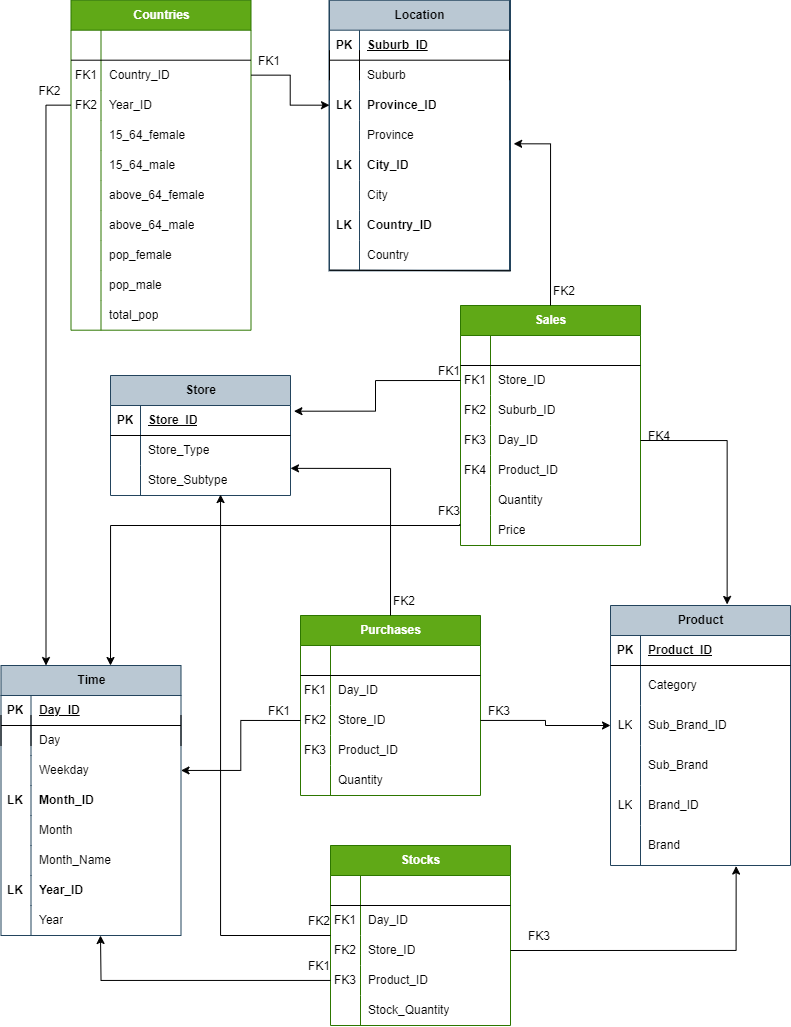
Earlier version of the draw.io export DimensionalModel.png (Wilowisp98/dw-cigarettes). Source tidied: cells renumbered, new cells last; positions are measured from the earlier drawing's top-left corner, leaving out a move shared by most shapes.
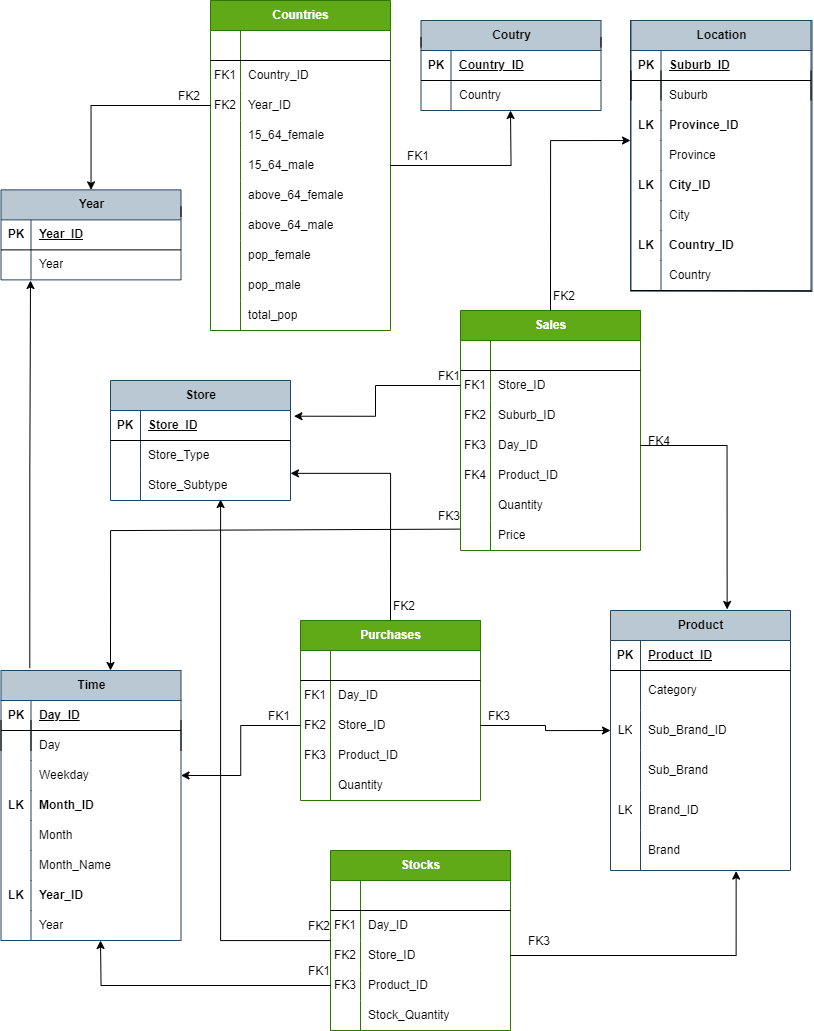
Later version of the same file.

Commit message:
Add dim_country and dim_Year do dimensional model

What changed in the source:
```diff
@@ -60,7 +60,7 @@
       <mxGeometry x="30" width="150" height="40" as="geometry" />
     </mxCell>
     <mxCell id="21" style="group;fillColor=none;strokeColor=#23445d;" parent="1" vertex="1">
-      <mxGeometry x="328.5" y="-0.3" width="181.5" height="270.6" as="geometry" />
+      <mxGeometry x="630" y="15" width="181.5" height="270.6" as="geometry" />
     </mxCell>
     <mxCell id="22" value="Location" style="shape=table;startSize=30;rowLines=0;fontStyle=1;align=center;html=1;fillColor=#bac8d3;strokeColor=#23445d;" parent="21" vertex="1">
       <mxGeometry x="0.5" width="180" height="270" as="geometry" />
@@ -164,6 +164,11 @@
     <mxCell id="51" style="group;" parent="1" vertex="1">
       <mxGeometry y="665" width="181.5" height="270.6" as="geometry" />
     </mxCell>
+    <mxCell id="235" style="edgeStyle=orthogonalEdgeStyle;rounded=0;jettySize=auto;html=1;exitX=0.16;exitY=-0.009;exitDx=0;exitDy=0;exitPerimeter=0;" parent="51" edge="1" source="52">
+      <mxGeometry relative="1" as="geometry">
+        <mxPoint x="30" y="-390" as="targetPoint" />
+      </mxGeometry>
+    </mxCell>
     <mxCell id="52" value="Time" style="shape=table;startSize=30;rowLines=0;fontStyle=1;align=center;html=1;fillColor=#bac8d3;strokeColor=#23445d;" parent="51" vertex="1">
       <mxGeometry x="0.5" width="180" height="270" as="geometry" />
     </mxCell>
@@ -449,8 +454,13 @@
     <mxCell id="143" value="Stock_Quantity" style="shape=partialRectangle;fillColor=none;top=0;left=0;bottom=0;right=0;align=left;spacingLeft=6;overflow=hidden;whiteSpace=wrap;html=1;" parent="141" vertex="1">
       <mxGeometry x="30" width="150" height="30" as="geometry" />
     </mxCell>
-    <mxCell id="144" style="edgeStyle=orthogonalEdgeStyle;rounded=0;jettySize=auto;html=1;exitX=0.5;exitY=0;exitDx=0;exitDy=0;entryX=1.023;entryY=-0.213;entryDx=0;entryDy=0;entryPerimeter=0;" parent="1" edge="1" source="80" target="35">
-      <mxGeometry relative="1" as="geometry" />
+    <mxCell id="144" style="edgeStyle=orthogonalEdgeStyle;rounded=0;jettySize=auto;html=1;exitX=0.5;exitY=0;exitDx=0;exitDy=0;" parent="1" edge="1" source="80">
+      <mxGeometry relative="1" as="geometry">
+        <mxPoint x="630" y="135" as="targetPoint" />
+        <Array as="points">
+          <mxPoint x="550" y="135" />
+        </Array>
+      </mxGeometry>
     </mxCell>
     <mxCell id="145" style="edgeStyle=orthogonalEdgeStyle;rounded=0;jettySize=auto;html=1;exitX=1;exitY=0.5;exitDx=0;exitDy=0;entryX=0.648;entryY=-0.004;entryDx=0;entryDy=0;entryPerimeter=0;" parent="1" edge="1" source="90" target="2">
       <mxGeometry relative="1" as="geometry" />
@@ -614,7 +624,7 @@
       <mxGeometry x="30" width="40" height="30" as="geometry" />
     </mxCell>
     <mxCell id="194" value="Countries" style="shape=table;startSize=30;rowLines=0;fontStyle=1;align=center;html=1;fillColor=#60a917;fontColor=#ffffff;strokeColor=#2D7600;" parent="1" vertex="1">
-      <mxGeometry x="70.5" y="-0.3" width="180" height="330" as="geometry" />
+      <mxGeometry x="210" y="-5" width="180" height="330" as="geometry" />
     </mxCell>
     <mxCell id="195" style="shape=tableRow;horizontal=0;startSize=0;swimlaneHead=0;swimlaneBody=0;fillColor=none;top=0;left=0;right=0;bottom=1;" parent="194" vertex="1">
       <mxGeometry y="30" width="180" height="30" as="geometry" />
@@ -706,34 +716,102 @@
     <mxCell id="224" value="total_pop" style="shape=partialRectangle;fillColor=none;top=0;left=0;bottom=0;right=0;align=left;spacingLeft=6;overflow=hidden;whiteSpace=wrap;html=1;" parent="222" vertex="1">
       <mxGeometry x="30" width="150" height="30" as="geometry" />
     </mxCell>
-    <mxCell id="225" style="edgeStyle=orthogonalEdgeStyle;rounded=0;jettySize=auto;html=1;entryX=0;entryY=0.5;entryDx=0;entryDy=0;" parent="1" edge="1" source="198" target="29">
-      <mxGeometry relative="1" as="geometry" />
-    </mxCell>
-    <mxCell id="226" style="shape=table;startSize=0;rowLines=0;fontStyle=0;align=center;strokeColor=none;fillColor=none;whiteSpace=wrap;html=1;" parent="1" vertex="1">
-      <mxGeometry x="220" y="45" width="70" height="30" as="geometry" />
-    </mxCell>
-    <mxCell id="227" style="shape=tableRow;horizontal=0;startSize=0;swimlaneHead=0;swimlaneBody=0;fillColor=none;top=0;left=0;right=0;bottom=0;" parent="226" vertex="1">
-      <mxGeometry width="70" height="30" as="geometry" />
-    </mxCell>
-    <mxCell id="228" style="shape=partialRectangle;fillColor=none;top=0;left=0;bottom=0;right=0;overflow=hidden;" parent="227" vertex="1">
-      <mxGeometry width="30" height="30" as="geometry" />
-    </mxCell>
+    <mxCell id="236" style="group;" parent="1" vertex="1">
+      <mxGeometry y="184.4" width="181.5" height="90.6" as="geometry" />
+    </mxCell>
+    <mxCell id="237" value="Year" style="shape=table;startSize=30;rowLines=0;fontStyle=1;align=center;html=1;fillColor=#bac8d3;strokeColor=#23445d;" parent="236" vertex="1">
+      <mxGeometry x="0.5" width="180" height="90" as="geometry" />
+    </mxCell>
+    <mxCell id="238" style="shape=tableRow;horizontal=0;startSize=0;swimlaneHead=0;swimlaneBody=0;fillColor=none;top=0;left=0;right=0;bottom=1;" parent="237" vertex="1">
+      <mxGeometry y="30" width="180" height="30" as="geometry" />
+    </mxCell>
+    <mxCell id="239" value="PK" style="shape=partialRectangle;fillColor=none;top=0;left=0;bottom=0;right=0;fontStyle=1;overflow=hidden;whiteSpace=wrap;html=1;" parent="238" vertex="1">
+      <mxGeometry width="30" height="30" as="geometry" />
+    </mxCell>
+    <mxCell id="240" value="Year_ID" style="shape=partialRectangle;fillColor=none;top=0;left=0;bottom=0;right=0;align=left;spacingLeft=6;fontStyle=5;overflow=hidden;whiteSpace=wrap;html=1;" parent="238" vertex="1">
+      <mxGeometry x="30" width="150" height="30" as="geometry" />
+    </mxCell>
+    <mxCell id="241" style="shape=tableRow;horizontal=0;startSize=0;swimlaneHead=0;swimlaneBody=0;fillColor=none;top=0;left=0;right=0;bottom=0;" parent="237" vertex="1">
+      <mxGeometry y="60" width="180" height="30" as="geometry" />
+    </mxCell>
+    <mxCell id="242" style="shape=partialRectangle;fillColor=none;top=0;left=0;bottom=0;right=0;overflow=hidden;whiteSpace=wrap;html=1;" parent="241" vertex="1">
+      <mxGeometry width="30" height="30" as="geometry" />
+    </mxCell>
+    <mxCell id="243" value="Year" style="shape=partialRectangle;fillColor=none;top=0;left=0;bottom=0;right=0;align=left;spacingLeft=6;overflow=hidden;whiteSpace=wrap;html=1;" parent="241" vertex="1">
+      <mxGeometry x="30" width="150" height="30" as="geometry" />
+    </mxCell>
+    <mxCell id="244" style="endArrow=none;html=1;rounded=0;" parent="236" edge="1">
+      <mxGeometry relative="1" as="geometry">
+        <mxPoint x="180.5" y="16.7" as="sourcePoint" />
+        <mxPoint x="180.5" y="26.8" as="targetPoint" />
+      </mxGeometry>
+    </mxCell>
+    <mxCell id="245" style="group;" parent="1" vertex="1">
+      <mxGeometry x="420" y="15" width="181.5" height="90.6" as="geometry" />
+    </mxCell>
+    <mxCell id="246" value="Coutry" style="shape=table;startSize=30;rowLines=0;fontStyle=1;align=center;html=1;fillColor=#bac8d3;strokeColor=#23445d;" parent="245" vertex="1">
+      <mxGeometry x="0.5" width="180" height="90" as="geometry" />
+    </mxCell>
+    <mxCell id="247" style="shape=tableRow;horizontal=0;startSize=0;swimlaneHead=0;swimlaneBody=0;fillColor=none;top=0;left=0;right=0;bottom=1;" parent="246" vertex="1">
+      <mxGeometry y="30" width="180" height="30" as="geometry" />
+    </mxCell>
+    <mxCell id="248" value="PK" style="shape=partialRectangle;fillColor=none;top=0;left=0;bottom=0;right=0;fontStyle=1;overflow=hidden;whiteSpace=wrap;html=1;" parent="247" vertex="1">
+      <mxGeometry width="30" height="30" as="geometry" />
+    </mxCell>
+    <mxCell id="249" value="Country_ID" style="shape=partialRectangle;fillColor=none;top=0;left=0;bottom=0;right=0;align=left;spacingLeft=6;fontStyle=5;overflow=hidden;whiteSpace=wrap;html=1;" parent="247" vertex="1">
+      <mxGeometry x="30" width="150" height="30" as="geometry" />
+    </mxCell>
+    <mxCell id="250" style="shape=tableRow;horizontal=0;startSize=0;swimlaneHead=0;swimlaneBody=0;fillColor=none;top=0;left=0;right=0;bottom=0;" parent="246" vertex="1">
+      <mxGeometry y="60" width="180" height="30" as="geometry" />
+    </mxCell>
+    <mxCell id="251" style="shape=partialRectangle;fillColor=none;top=0;left=0;bottom=0;right=0;overflow=hidden;whiteSpace=wrap;html=1;" parent="250" vertex="1">
+      <mxGeometry width="30" height="30" as="geometry" />
+    </mxCell>
+    <mxCell id="252" value="Country" style="shape=partialRectangle;fillColor=none;top=0;left=0;bottom=0;right=0;align=left;spacingLeft=6;overflow=hidden;whiteSpace=wrap;html=1;" parent="250" vertex="1">
+      <mxGeometry x="30" width="150" height="30" as="geometry" />
+    </mxCell>
+    <mxCell id="253" style="endArrow=none;html=1;rounded=0;" parent="245" edge="1">
+      <mxGeometry relative="1" as="geometry">
+        <mxPoint x="0.5" y="16.7" as="sourcePoint" />
+        <mxPoint x="0.5" y="26.8" as="targetPoint" />
+      </mxGeometry>
+    </mxCell>
+    <mxCell id="254" style="endArrow=none;html=1;rounded=0;" parent="245" edge="1">
+      <mxGeometry relative="1" as="geometry">
+        <mxPoint x="180.5" y="16.7" as="sourcePoint" />
+        <mxPoint x="180.5" y="26.8" as="targetPoint" />
+      </mxGeometry>
+    </mxCell>
+    <mxCell id="255" style="edgeStyle=orthogonalEdgeStyle;rounded=0;jettySize=auto;html=1;exitX=0;exitY=0.5;exitDx=0;exitDy=0;" parent="1" edge="1" source="201" target="237">
+      <mxGeometry relative="1" as="geometry" />
+    </mxCell>
+    <mxCell id="256" style="shape=table;startSize=0;rowLines=0;fontStyle=0;align=center;strokeColor=none;fillColor=none;whiteSpace=wrap;html=1;" parent="1" vertex="1">
+      <mxGeometry x="369" y="135.3" width="70" height="30" as="geometry" />
+    </mxCell>
+    <mxCell id="257" style="shape=tableRow;horizontal=0;startSize=0;swimlaneHead=0;swimlaneBody=0;fillColor=none;top=0;left=0;right=0;bottom=0;" parent="256" vertex="1">
+      <mxGeometry width="70" height="30" as="geometry" />
+    </mxCell>
+    <mxCell id="258" style="shape=partialRectangle;fillColor=none;top=0;left=0;bottom=0;right=0;overflow=hidden;" parent="257" vertex="1">
+      <mxGeometry width="30" height="30" as="geometry" />
+    </mxCell>
-    <mxCell id="229" value="FK1" style="shape=partialRectangle;fillColor=none;top=0;left=0;bottom=0;right=0;align=left;spacingLeft=6;overflow=hidden;" parent="227" vertex="1">
+    <mxCell id="229" value="FK1" style="shape=partialRectangle;fillColor=none;top=0;left=0;bottom=0;right=0;align=left;spacingLeft=6;overflow=hidden;" parent="257" vertex="1">
       <mxGeometry x="30" width="40" height="30" as="geometry" />
     </mxCell>
-    <mxCell id="230" style="edgeStyle=orthogonalEdgeStyle;rounded=0;jettySize=auto;html=1;entryX=0.25;entryY=0;entryDx=0;entryDy=0;" parent="1" edge="1" source="201" target="52">
-      <mxGeometry relative="1" as="geometry" />
-    </mxCell>
-    <mxCell id="231" style="shape=table;startSize=0;rowLines=0;fontStyle=0;align=center;strokeColor=none;fillColor=none;whiteSpace=wrap;html=1;" parent="1" vertex="1">
-      <mxGeometry x="0.5" y="75" width="70" height="30" as="geometry" />
-    </mxCell>
-    <mxCell id="232" style="shape=tableRow;horizontal=0;startSize=0;swimlaneHead=0;swimlaneBody=0;fillColor=none;top=0;left=0;right=0;bottom=0;" parent="231" vertex="1">
-      <mxGeometry width="70" height="30" as="geometry" />
-    </mxCell>
-    <mxCell id="233" style="shape=partialRectangle;fillColor=none;top=0;left=0;bottom=0;right=0;overflow=hidden;" parent="232" vertex="1">
-      <mxGeometry width="30" height="30" as="geometry" />
-    </mxCell>
+    <mxCell id="259" style="edgeStyle=orthogonalEdgeStyle;rounded=0;jettySize=auto;html=1;exitX=1;exitY=0.5;exitDx=0;exitDy=0;" parent="1" edge="1" source="207">
+      <mxGeometry relative="1" as="geometry">
+        <mxPoint x="510" y="105" as="targetPoint" />
+      </mxGeometry>
+    </mxCell>
+    <mxCell id="260" style="shape=table;startSize=0;rowLines=0;fontStyle=0;align=center;strokeColor=none;fillColor=none;whiteSpace=wrap;html=1;" parent="1" vertex="1">
+      <mxGeometry x="140" y="75" width="70" height="30" as="geometry" />
+    </mxCell>
+    <mxCell id="261" style="shape=tableRow;horizontal=0;startSize=0;swimlaneHead=0;swimlaneBody=0;fillColor=none;top=0;left=0;right=0;bottom=0;" parent="260" vertex="1">
+      <mxGeometry width="70" height="30" as="geometry" />
+    </mxCell>
+    <mxCell id="262" style="shape=partialRectangle;fillColor=none;top=0;left=0;bottom=0;right=0;overflow=hidden;" parent="261" vertex="1">
+      <mxGeometry width="30" height="30" as="geometry" />
+    </mxCell>
-    <mxCell id="234" value="FK2" style="shape=partialRectangle;fillColor=none;top=0;left=0;bottom=0;right=0;align=left;spacingLeft=6;overflow=hidden;" parent="232" vertex="1">
+    <mxCell id="234" value="FK2" style="shape=partialRectangle;fillColor=none;top=0;left=0;bottom=0;right=0;align=left;spacingLeft=6;overflow=hidden;" parent="261" vertex="1">
       <mxGeometry x="30" width="40" height="30" as="geometry" />
     </mxCell>
   </root>
```
